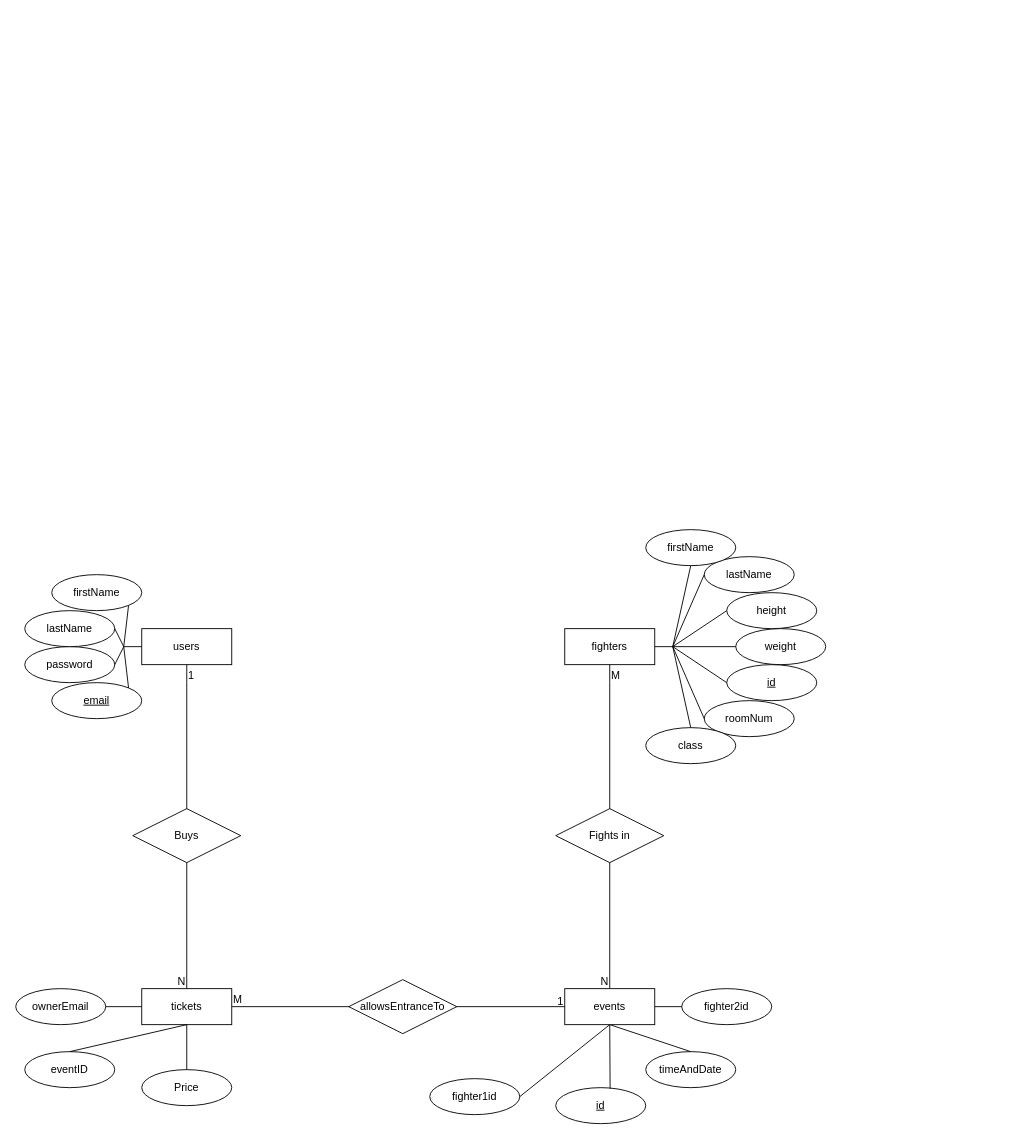
The draw.io diagram ER diagram/erkursovoproektirane.drawio in MartoKartechnicata/kurs-ov_proekt, before the edit. Source tidied: cells renumbered, new cells numbered last; positions are measured from the earlier drawing's top-left corner, leaving out a move shared by most shapes. Both pictures are drawn from the tidied source at 90%, with x=0, y=0 at pixel (15, 529).
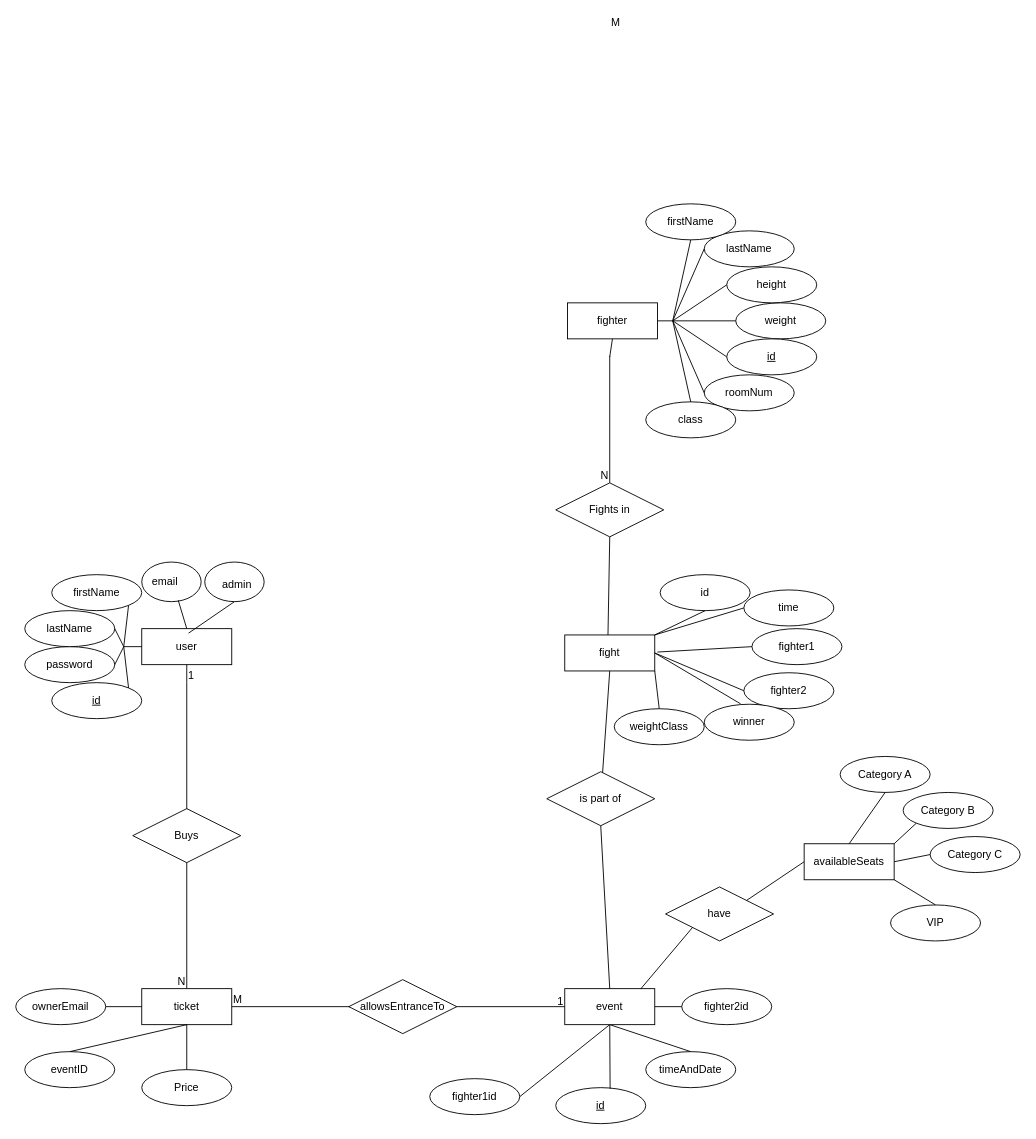
After the change.

Diff of the diagram source:
```diff
@@
-    <mxCell id="2" value="users" style="whiteSpace=wrap;html=1;align=center;" parent="1" vertex="1">
+    <mxCell id="2" value="user" style="whiteSpace=wrap;html=1;align=center;" parent="1" vertex="1">
       <mxGeometry x="140" y="110" width="100" height="40" as="geometry" />
     </mxCell>
@@
-    <mxCell id="6" value="email" style="ellipse;whiteSpace=wrap;html=1;align=center;fontStyle=4;" parent="1" vertex="1">
+    <mxCell id="6" value="id" style="ellipse;whiteSpace=wrap;html=1;align=center;fontStyle=4;" parent="1" vertex="1">
       <mxGeometry x="40" y="170" width="100" height="40" as="geometry" />
     </mxCell>
@@
-    <mxCell id="12" value="fighters" style="whiteSpace=wrap;html=1;align=center;" parent="1" vertex="1">
-      <mxGeometry x="610" y="110" width="100" height="40" as="geometry" />
+    <mxCell id="12" value="fighter" style="whiteSpace=wrap;html=1;align=center;" parent="1" vertex="1">
+      <mxGeometry x="613" y="-252" width="100" height="40" as="geometry" />
     </mxCell>
     <mxCell id="13" value="weight" style="ellipse;whiteSpace=wrap;html=1;align=center;" parent="1" vertex="1">
-      <mxGeometry x="800" y="110" width="100" height="40" as="geometry" />
+      <mxGeometry x="800" y="-252" width="100" height="40" as="geometry" />
     </mxCell>
     <mxCell id="14" value="height" style="ellipse;whiteSpace=wrap;html=1;align=center;" parent="1" vertex="1">
-      <mxGeometry x="790" y="70" width="100" height="40" as="geometry" />
+      <mxGeometry x="790" y="-292" width="100" height="40" as="geometry" />
     </mxCell>
     <mxCell id="15" value="lastName" style="ellipse;whiteSpace=wrap;html=1;align=center;" parent="1" vertex="1">
-      <mxGeometry x="765" y="30" width="100" height="40" as="geometry" />
+      <mxGeometry x="765" y="-332" width="100" height="40" as="geometry" />
     </mxCell>
     <mxCell id="16" value="firstName" style="ellipse;whiteSpace=wrap;html=1;align=center;" parent="1" vertex="1">
-      <mxGeometry x="700" width="100" height="40" as="geometry" />
+      <mxGeometry x="700" y="-362" width="100" height="40" as="geometry" />
     </mxCell>
     <mxCell id="17" style="endArrow=none;html=1;rounded=0;exitX=1;exitY=0.5;exitDx=0;exitDy=0;" parent="1" edge="1" source="12">
       <mxGeometry relative="1" as="geometry">
-        <mxPoint x="730" y="130" as="targetPoint" />
+        <mxPoint x="730" y="-232" as="targetPoint" />
       </mxGeometry>
     </mxCell>
     <mxCell id="18" style="endArrow=none;html=1;rounded=0;entryX=0;entryY=0.5;entryDx=0;entryDy=0;" parent="1" edge="1" target="14">
       <mxGeometry relative="1" as="geometry">
-        <mxPoint x="730" y="130" as="sourcePoint" />
+        <mxPoint x="730" y="-232" as="sourcePoint" />
       </mxGeometry>
     </mxCell>
     <mxCell id="19" style="endArrow=none;html=1;rounded=0;exitX=0;exitY=0.5;exitDx=0;exitDy=0;" parent="1" edge="1" source="13">
       <mxGeometry relative="1" as="geometry">
-        <mxPoint x="730" y="130" as="targetPoint" />
+        <mxPoint x="730" y="-232" as="targetPoint" />
       </mxGeometry>
     </mxCell>
     <mxCell id="20" style="endArrow=none;html=1;rounded=0;entryX=0.5;entryY=1;entryDx=0;entryDy=0;" parent="1" edge="1" target="16">
       <mxGeometry relative="1" as="geometry">
-        <mxPoint x="730" y="130" as="sourcePoint" />
+        <mxPoint x="730" y="-232" as="sourcePoint" />
       </mxGeometry>
     </mxCell>
     <mxCell id="21" style="endArrow=none;html=1;rounded=0;entryX=0;entryY=0.5;entryDx=0;entryDy=0;" parent="1" edge="1" target="15">
       <mxGeometry relative="1" as="geometry">
-        <mxPoint x="730" y="130" as="sourcePoint" />
+        <mxPoint x="730" y="-232" as="sourcePoint" />
       </mxGeometry>
     </mxCell>
     <mxCell id="22" value="id" style="ellipse;whiteSpace=wrap;html=1;align=center;fontStyle=4;" parent="1" vertex="1">
-      <mxGeometry x="790" y="150" width="100" height="40" as="geometry" />
+      <mxGeometry x="790" y="-212" width="100" height="40" as="geometry" />
     </mxCell>
     <mxCell id="23" value="roomNum" style="ellipse;whiteSpace=wrap;html=1;align=center;" parent="1" vertex="1">
-      <mxGeometry x="765" y="190" width="100" height="40" as="geometry" />
+      <mxGeometry x="765" y="-172" width="100" height="40" as="geometry" />
     </mxCell>
     <mxCell id="24" style="endArrow=none;html=1;rounded=0;exitX=0;exitY=0.5;exitDx=0;exitDy=0;" parent="1" edge="1" source="22">
       <mxGeometry relative="1" as="geometry">
-        <mxPoint x="730" y="130" as="targetPoint" />
+        <mxPoint x="730" y="-232" as="targetPoint" />
       </mxGeometry>
     </mxCell>
     <mxCell id="25" style="endArrow=none;html=1;rounded=0;exitX=0;exitY=0.5;exitDx=0;exitDy=0;" parent="1" edge="1" source="23">
       <mxGeometry relative="1" as="geometry">
-        <mxPoint x="730" y="130" as="targetPoint" />
+        <mxPoint x="730" y="-232" as="targetPoint" />
       </mxGeometry>
     </mxCell>
     <mxCell id="26" value="class" style="ellipse;whiteSpace=wrap;html=1;align=center;" parent="1" vertex="1">
-      <mxGeometry x="700" y="220" width="100" height="40" as="geometry" />
+      <mxGeometry x="700" y="-142" width="100" height="40" as="geometry" />
     </mxCell>
     <mxCell id="27" style="endArrow=none;html=1;rounded=0;exitX=0.5;exitY=0;exitDx=0;exitDy=0;" parent="1" edge="1" source="26">
       <mxGeometry relative="1" as="geometry">
-        <mxPoint x="730" y="130" as="targetPoint" />
+        <mxPoint x="730" y="-232" as="targetPoint" />
       </mxGeometry>
     </mxCell>
-    <mxCell id="28" style="endArrow=none;html=1;rounded=0;entryX=0.5;entryY=0;entryDx=0;entryDy=0;" parent="1" edge="1">
+    <mxCell id="28" style="endArrow=none;html=1;rounded=0;entryX=0.5;entryY=0;entryDx=0;entryDy=0;" parent="1" edge="1" target="31">
       <mxGeometry relative="1" as="geometry">
-        <mxPoint x="660" y="170" as="sourcePoint" />
-        <mxPoint x="660" y="510" as="targetPoint" />
+        <mxPoint x="660" y="-193" as="sourcePoint" />
       </mxGeometry>
     </mxCell>
     <mxCell id="29" value="M" style="html=1;whiteSpace=wrap;align=left;verticalAlign=bottom;" parent="28" vertex="1">
-      <mxGeometry x="-1" relative="1" as="geometry" />
+      <mxGeometry x="-1" relative="1" as="geometry">
+        <mxPoint y="-362" as="offset" />
+      </mxGeometry>
     </mxCell>
@@
     <mxCell id="31" value="Fights in" style="shape=rhombus;perimeter=rhombusPerimeter;whiteSpace=wrap;html=1;align=center;" parent="1" vertex="1">
-      <mxGeometry x="600" y="310" width="120" height="60" as="geometry" />
+      <mxGeometry x="600" y="-52" width="120" height="60" as="geometry" />
     </mxCell>
     <mxCell id="32" style="endArrow=none;html=1;rounded=0;exitX=0.5;exitY=1;exitDx=0;exitDy=0;" parent="1" edge="1" source="12">
       <mxGeometry relative="1" as="geometry">
-        <mxPoint x="660" y="170" as="targetPoint" />
+        <mxPoint x="660" y="-192" as="targetPoint" />
       </mxGeometry>
     </mxCell>
@@
-    <mxCell id="41" value="events" style="whiteSpace=wrap;html=1;align=center;" parent="1" vertex="1">
+    <mxCell id="41" value="event" style="whiteSpace=wrap;html=1;align=center;" parent="1" vertex="1">
       <mxGeometry x="610" y="510" width="100" height="40" as="geometry" />
     </mxCell>
-    <mxCell id="42" value="tickets" style="whiteSpace=wrap;html=1;align=center;" parent="1" vertex="1">
+    <mxCell id="42" value="ticket" style="whiteSpace=wrap;html=1;align=center;" parent="1" vertex="1">
       <mxGeometry x="140" y="510" width="100" height="40" as="geometry" />
     </mxCell>
@@
+    <mxCell id="59" style="ellipse;whiteSpace=wrap;html=1;" parent="1" vertex="1">
+      <mxGeometry x="140" y="36" width="66" height="44" as="geometry" />
+    </mxCell>
+    <mxCell id="60" style="ellipse;whiteSpace=wrap;html=1;" parent="1" vertex="1">
+      <mxGeometry x="210" y="36" width="66" height="44" as="geometry" />
+    </mxCell>
+    <mxCell id="61" style="endArrow=none;html=1;rounded=0;entryX=0.5;entryY=1;entryDx=0;entryDy=0;" parent="1" edge="1" target="60">
+      <mxGeometry relative="1" as="geometry">
+        <mxPoint x="192" y="115" as="sourcePoint" />
+      </mxGeometry>
+    </mxCell>
+    <mxCell id="62" style="endArrow=none;html=1;rounded=0;entryX=0.614;entryY=0.965;entryDx=0;entryDy=0;entryPerimeter=0;exitX=0.5;exitY=0;exitDx=0;exitDy=0;" parent="1" edge="1" source="2" target="59">
+      <mxGeometry relative="1" as="geometry" />
+    </mxCell>
+    <mxCell id="63" value="email" style="text;html=1;strokeColor=none;fillColor=none;align=center;verticalAlign=middle;whiteSpace=wrap;rounded=0;" parent="1" vertex="1">
+      <mxGeometry x="136" y="43" width="60" height="30" as="geometry" />
+    </mxCell>
+    <mxCell id="64" value="admin" style="text;html=1;strokeColor=none;fillColor=none;align=center;verticalAlign=middle;whiteSpace=wrap;rounded=0;" parent="1" vertex="1">
+      <mxGeometry x="216" y="46" width="60" height="30" as="geometry" />
+    </mxCell>
+    <mxCell id="65" value="availableSeats" style="whiteSpace=wrap;html=1;align=center;" parent="1" vertex="1">
+      <mxGeometry x="876" y="349" width="100" height="40" as="geometry" />
+    </mxCell>
+    <mxCell id="66" value="have" style="shape=rhombus;perimeter=rhombusPerimeter;whiteSpace=wrap;html=1;align=center;" parent="1" vertex="1">
+      <mxGeometry x="722" y="397" width="120" height="60" as="geometry" />
+    </mxCell>
+    <mxCell id="67" style="endArrow=none;html=1;rounded=0;entryX=0;entryY=1;entryDx=0;entryDy=0;exitX=0.843;exitY=0.011;exitDx=0;exitDy=0;exitPerimeter=0;" parent="1" edge="1" source="41" target="66">
+      <mxGeometry relative="1" as="geometry" />
+    </mxCell>
+    <mxCell id="68" style="endArrow=none;html=1;rounded=0;entryX=0;entryY=0.5;entryDx=0;entryDy=0;exitX=1;exitY=0;exitDx=0;exitDy=0;" parent="1" edge="1" source="66" target="65">
+      <mxGeometry relative="1" as="geometry" />
+    </mxCell>
+    <mxCell id="69" value="Category A" style="ellipse;whiteSpace=wrap;html=1;align=center;" parent="1" vertex="1">
+      <mxGeometry x="916" y="252" width="100" height="40" as="geometry" />
+    </mxCell>
+    <mxCell id="70" value="Category B" style="ellipse;whiteSpace=wrap;html=1;align=center;" parent="1" vertex="1">
+      <mxGeometry x="986" y="292" width="100" height="40" as="geometry" />
+    </mxCell>
+    <mxCell id="71" value="Category C" style="ellipse;whiteSpace=wrap;html=1;align=center;" parent="1" vertex="1">
+      <mxGeometry x="1016" y="341" width="100" height="40" as="geometry" />
+    </mxCell>
+    <mxCell id="72" value="VIP" style="ellipse;whiteSpace=wrap;html=1;align=center;" parent="1" vertex="1">
+      <mxGeometry x="972" y="417" width="100" height="40" as="geometry" />
+    </mxCell>
+    <mxCell id="73" style="endArrow=none;html=1;rounded=0;exitX=0.5;exitY=1;exitDx=0;exitDy=0;entryX=0.5;entryY=0;entryDx=0;entryDy=0;" parent="1" edge="1" source="69" target="65">
+      <mxGeometry relative="1" as="geometry" />
+    </mxCell>
+    <mxCell id="74" style="endArrow=none;html=1;rounded=0;exitX=0;exitY=1;exitDx=0;exitDy=0;" parent="1" edge="1" source="70">
+      <mxGeometry relative="1" as="geometry">
+        <mxPoint x="976" y="349" as="targetPoint" />
+      </mxGeometry>
+    </mxCell>
+    <mxCell id="75" style="endArrow=none;html=1;rounded=0;exitX=0;exitY=0.5;exitDx=0;exitDy=0;entryX=1;entryY=0.5;entryDx=0;entryDy=0;" parent="1" edge="1" source="71" target="65">
+      <mxGeometry relative="1" as="geometry" />
+    </mxCell>
+    <mxCell id="76" style="endArrow=none;html=1;rounded=0;exitX=0.5;exitY=0;exitDx=0;exitDy=0;entryX=1;entryY=1;entryDx=0;entryDy=0;" parent="1" edge="1" source="72" target="65">
+      <mxGeometry relative="1" as="geometry" />
+    </mxCell>
+    <mxCell id="77" style="endArrow=none;html=1;rounded=0;exitX=0.5;exitY=1;exitDx=0;exitDy=0;" parent="1" edge="1" source="31">
+      <mxGeometry relative="1" as="geometry">
+        <mxPoint x="658" y="119" as="targetPoint" />
+      </mxGeometry>
+    </mxCell>
+    <mxCell id="78" value="fight" style="whiteSpace=wrap;html=1;align=center;" parent="1" vertex="1">
+      <mxGeometry x="610" y="117" width="100" height="40" as="geometry" />
+    </mxCell>
+    <mxCell id="79" value="id" style="ellipse;whiteSpace=wrap;html=1;align=center;" parent="1" vertex="1">
+      <mxGeometry x="716" y="50" width="100" height="40" as="geometry" />
+    </mxCell>
+    <mxCell id="80" value="fighter2" style="ellipse;whiteSpace=wrap;html=1;align=center;" parent="1" vertex="1">
+      <mxGeometry x="809" y="159" width="100" height="40" as="geometry" />
+    </mxCell>
+    <mxCell id="81" style="endArrow=none;html=1;rounded=0;exitX=0.5;exitY=1;exitDx=0;exitDy=0;" parent="1" edge="1" source="78" target="82">
+      <mxGeometry relative="1" as="geometry" />
+    </mxCell>
+    <mxCell id="82" value="is part of" style="shape=rhombus;perimeter=rhombusPerimeter;whiteSpace=wrap;html=1;align=center;" parent="1" vertex="1">
+      <mxGeometry x="590" y="269" width="120" height="60" as="geometry" />
+    </mxCell>
+    <mxCell id="83" style="endArrow=none;html=1;rounded=0;exitX=0.5;exitY=1;exitDx=0;exitDy=0;entryX=0.5;entryY=0;entryDx=0;entryDy=0;" parent="1" edge="1" source="82" target="41">
+      <mxGeometry relative="1" as="geometry" />
+    </mxCell>
+    <mxCell id="84" value="weightClass" style="ellipse;whiteSpace=wrap;html=1;align=center;" parent="1" vertex="1">
+      <mxGeometry x="665" y="199" width="100" height="40" as="geometry" />
+    </mxCell>
+    <mxCell id="85" value="winner" style="ellipse;whiteSpace=wrap;html=1;align=center;" parent="1" vertex="1">
+      <mxGeometry x="765" y="194" width="100" height="40" as="geometry" />
+    </mxCell>
+    <mxCell id="86" value="fighter1" style="ellipse;whiteSpace=wrap;html=1;align=center;" parent="1" vertex="1">
+      <mxGeometry x="818" y="110" width="100" height="40" as="geometry" />
+    </mxCell>
+    <mxCell id="87" value="time" style="ellipse;whiteSpace=wrap;html=1;align=center;" parent="1" vertex="1">
+      <mxGeometry x="809" y="67" width="100" height="40" as="geometry" />
+    </mxCell>
+    <mxCell id="88" style="edgeStyle=orthogonalEdgeStyle;rounded=0;orthogonalLoop=1;jettySize=auto;html=1;exitX=0.5;exitY=1;exitDx=0;exitDy=0;" parent="1" edge="1" source="85" target="85">
+      <mxGeometry relative="1" as="geometry" />
+    </mxCell>
+    <mxCell id="89" style="endArrow=none;html=1;rounded=0;entryX=0.5;entryY=1;entryDx=0;entryDy=0;exitX=1;exitY=0;exitDx=0;exitDy=0;" parent="1" edge="1" source="78" target="79">
+      <mxGeometry relative="1" as="geometry" />
+    </mxCell>
+    <mxCell id="90" style="endArrow=none;html=1;rounded=0;entryX=0;entryY=0.5;entryDx=0;entryDy=0;exitX=1;exitY=0;exitDx=0;exitDy=0;" parent="1" edge="1" source="78" target="87">
+      <mxGeometry relative="1" as="geometry" />
+    </mxCell>
+    <mxCell id="91" style="endArrow=none;html=1;rounded=0;entryX=0;entryY=0.5;entryDx=0;entryDy=0;" parent="1" edge="1" target="86">
+      <mxGeometry relative="1" as="geometry">
+        <mxPoint x="713" y="136" as="sourcePoint" />
+      </mxGeometry>
+    </mxCell>
+    <mxCell id="92" style="endArrow=none;html=1;rounded=0;entryX=0;entryY=0.5;entryDx=0;entryDy=0;exitX=1;exitY=0.5;exitDx=0;exitDy=0;" parent="1" edge="1" source="78" target="80">
+      <mxGeometry relative="1" as="geometry" />
+    </mxCell>
+    <mxCell id="93" style="endArrow=none;html=1;rounded=0;entryX=0.404;entryY=-0.011;entryDx=0;entryDy=0;exitX=1;exitY=0.5;exitDx=0;exitDy=0;entryPerimeter=0;" parent="1" edge="1" source="78" target="85">
+      <mxGeometry relative="1" as="geometry" />
+    </mxCell>
+    <mxCell id="94" style="endArrow=none;html=1;rounded=0;entryX=0.5;entryY=0;entryDx=0;entryDy=0;exitX=1;exitY=1;exitDx=0;exitDy=0;" parent="1" edge="1" source="78" target="84">
+      <mxGeometry relative="1" as="geometry" />
+    </mxCell>
```
